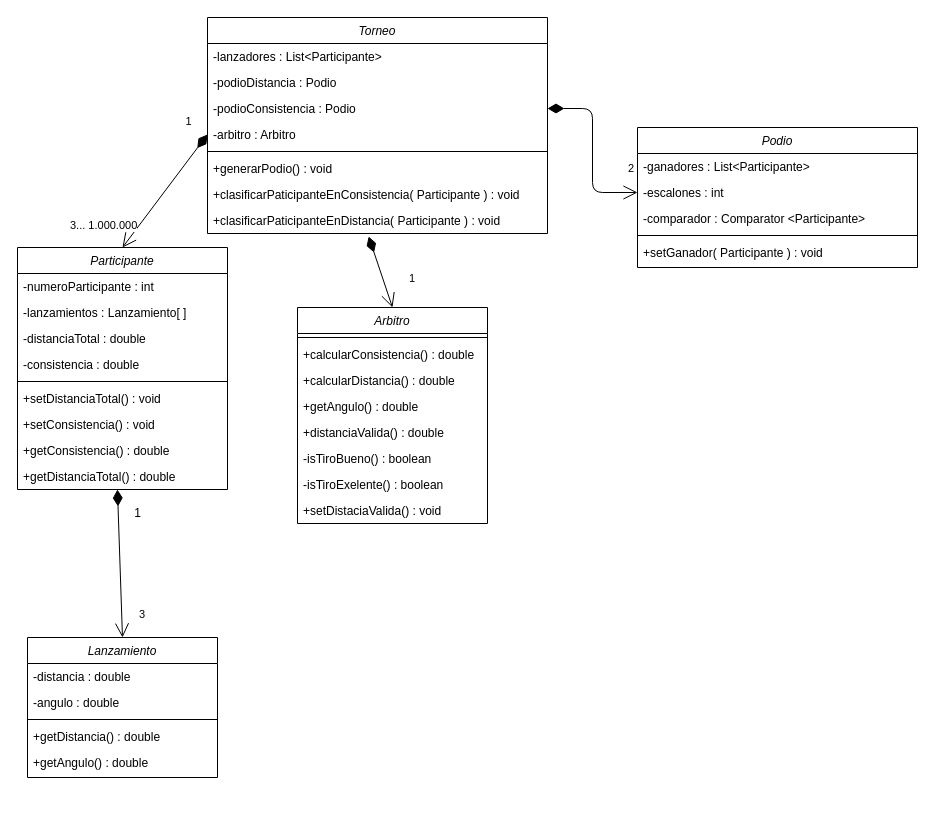
Dami1223/LanzandoELCaber keeps this draw.io diagram as page "Page-1" (1 of 2) of LanzandoCaber/Lanzando el cáber .drawio. Above is the earlier version. Source tidied: cells renumbered, new cells numbered last; positions are measured from the earlier drawing's top-left corner, leaving out a move shared by most shapes. Both pictures are drawn from the tidied source at 100%, with x=0, y=0 at pixel (17, 17).
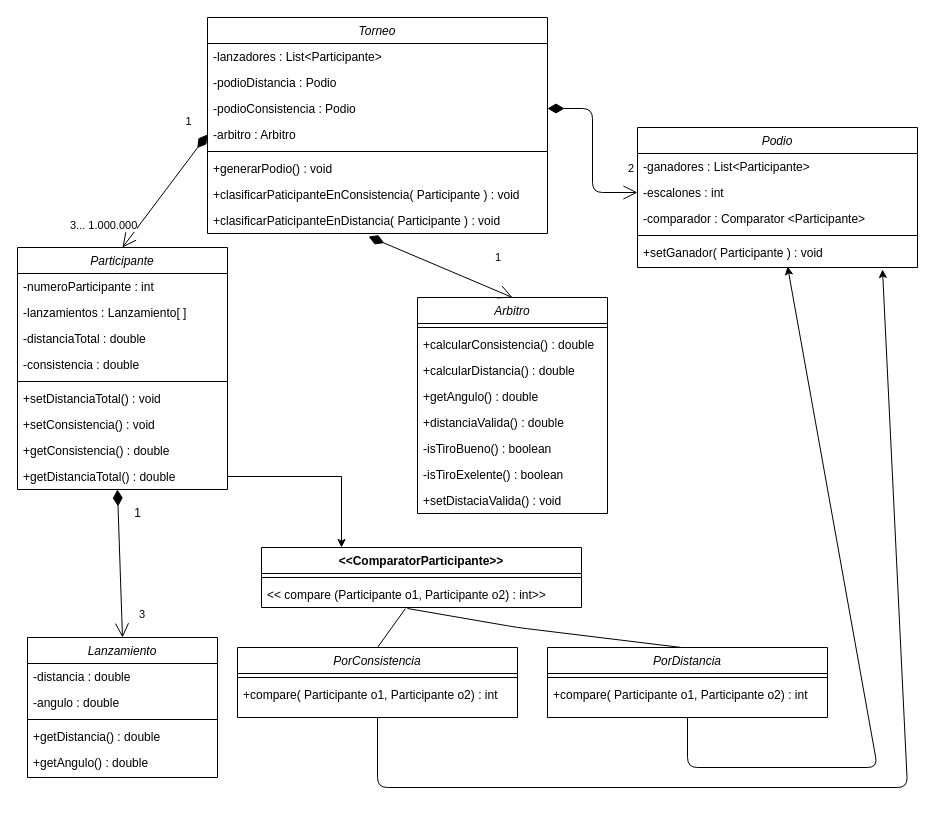
The same diagram, later.

The change refers to these unchanged cells:
```xml
<mxCell id="11" value="+getDistanciaTotal() : double" style="text;align=left;verticalAlign=top;spacingLeft=4;spacingRight=4;overflow=hidden;points=[[0,0.5],[1,0.5]];portConstraint=eastwest;" parent="2" vertex="1">
  <mxGeometry y="216" width="210" height="26" as="geometry" />
</mxCell>
<mxCell id="32" value="+setGanador( Participante ) : void" style="text;align=left;verticalAlign=top;spacingLeft=4;spacingRight=4;overflow=hidden;points=[[0,0.5],[1,0.5]];portConstraint=eastwest;rounded=0;shadow=0;html=0;" parent="27" vertex="1">
  <mxGeometry y="112" width="280" height="26" as="geometry" />
</mxCell>
```

Change to the diagram source:
```diff
@@
     <mxCell id="36" value="Arbitro" style="swimlane;fontStyle=2;align=center;verticalAlign=top;horizontal=1;startSize=26;rounded=0;shadow=0;strokeWidth=1;" parent="1" vertex="1">
-      <mxGeometry x="280" y="290" width="190" height="216" as="geometry" />
+      <mxGeometry x="400" y="280" width="190" height="216" as="geometry" />
     </mxCell>
@@
+    <mxCell id="48" value="&lt;&lt;ComparatorParticipante&gt;&gt;" style="swimlane;fontStyle=1;align=center;verticalAlign=top;horizontal=1;startSize=26;" parent="1" vertex="1">
+      <mxGeometry x="244" y="530" width="320" height="60" as="geometry" />
+    </mxCell>
+    <mxCell id="49" style="line;strokeWidth=1;fillColor=none;align=left;verticalAlign=middle;spacingTop=-1;spacingLeft=3;spacingRight=3;labelPosition=right;" parent="48" vertex="1">
+      <mxGeometry y="26" width="320" height="8" as="geometry" />
+    </mxCell>
+    <mxCell id="50" value="&lt;&lt; compare (Participante o1, Participante o2) : int&gt;&gt;" style="text;strokeColor=none;fillColor=none;align=left;verticalAlign=top;spacingLeft=4;spacingRight=4;overflow=hidden;points=[[0,0.5],[1,0.5]];portConstraint=eastwest;" parent="48" vertex="1">
+      <mxGeometry y="34" width="320" height="26" as="geometry" />
+    </mxCell>
+    <mxCell id="51" style="edgeStyle=orthogonalEdgeStyle;rounded=0;jettySize=auto;html=1;exitX=1;exitY=0.5;exitDx=0;exitDy=0;entryX=0.25;entryY=0;entryDx=0;entryDy=0;" parent="1" edge="1" source="11" target="48">
+      <mxGeometry relative="1" as="geometry" />
+    </mxCell>
+    <mxCell id="52" value="PorConsistencia" style="swimlane;fontStyle=2;align=center;verticalAlign=top;horizontal=1;startSize=26;rounded=0;shadow=0;strokeWidth=1;" parent="1" vertex="1">
+      <mxGeometry x="220" y="630" width="280" height="70" as="geometry" />
+    </mxCell>
+    <mxCell id="53" style="line;html=1;strokeWidth=1;align=left;verticalAlign=middle;spacingTop=-1;spacingLeft=3;spacingRight=3;labelPosition=right;" parent="52" vertex="1">
+      <mxGeometry y="26" width="280" height="8" as="geometry" />
+    </mxCell>
+    <mxCell id="54" value="+compare( Participante o1, Participante o2) : int" style="text;align=left;verticalAlign=top;spacingLeft=4;spacingRight=4;overflow=hidden;rounded=0;shadow=0;html=0;" parent="52" vertex="1">
+      <mxGeometry y="34" width="280" height="26" as="geometry" />
+    </mxCell>
+    <mxCell id="55" value="PorDistancia" style="swimlane;fontStyle=2;align=center;verticalAlign=top;horizontal=1;startSize=26;rounded=0;shadow=0;strokeWidth=1;" parent="1" vertex="1">
+      <mxGeometry x="530" y="630" width="280" height="70" as="geometry" />
+    </mxCell>
+    <mxCell id="56" style="line;html=1;strokeWidth=1;align=left;verticalAlign=middle;spacingTop=-1;spacingLeft=3;spacingRight=3;labelPosition=right;" parent="55" vertex="1">
+      <mxGeometry y="26" width="280" height="8" as="geometry" />
+    </mxCell>
+    <mxCell id="57" value="+compare( Participante o1, Participante o2) : int" style="text;align=left;verticalAlign=top;spacingLeft=4;spacingRight=4;overflow=hidden;rounded=0;shadow=0;html=0;" parent="55" vertex="1">
+      <mxGeometry y="34" width="280" height="26" as="geometry" />
+    </mxCell>
+    <mxCell id="58" style="endArrow=none;html=1;entryX=0.45;entryY=1.038;entryDx=0;entryDy=0;entryPerimeter=0;exitX=0.5;exitY=0;exitDx=0;exitDy=0;" parent="1" edge="1" source="52" target="50">
+      <mxGeometry relative="1" as="geometry" />
+    </mxCell>
+    <mxCell id="59" style="endArrow=none;html=1;exitX=0.456;exitY=1.038;exitDx=0;exitDy=0;exitPerimeter=0;entryX=0.479;entryY=0;entryDx=0;entryDy=0;entryPerimeter=0;" parent="1" edge="1" source="50" target="55">
+      <mxGeometry relative="1" as="geometry">
+        <Array as="points">
+          <mxPoint x="500" y="610" />
+        </Array>
+      </mxGeometry>
+    </mxCell>
+    <mxCell id="60" style="endArrow=classic;html=1;exitX=0.5;exitY=1;exitDx=0;exitDy=0;entryX=0.875;entryY=1.154;entryDx=0;entryDy=0;entryPerimeter=0;" parent="1" edge="1" source="52" target="32">
+      <mxGeometry relative="1" as="geometry">
+        <Array as="points">
+          <mxPoint x="360" y="770" />
+          <mxPoint x="890" y="770" />
+        </Array>
+      </mxGeometry>
+    </mxCell>
+    <mxCell id="61" style="endArrow=classic;html=1;exitX=0.5;exitY=1;exitDx=0;exitDy=0;entryX=0.536;entryY=1.038;entryDx=0;entryDy=0;entryPerimeter=0;" parent="1" edge="1" source="55" target="32">
+      <mxGeometry relative="1" as="geometry">
+        <Array as="points">
+          <mxPoint x="670" y="750" />
+          <mxPoint x="860" y="750" />
+        </Array>
+      </mxGeometry>
+    </mxCell>
```
